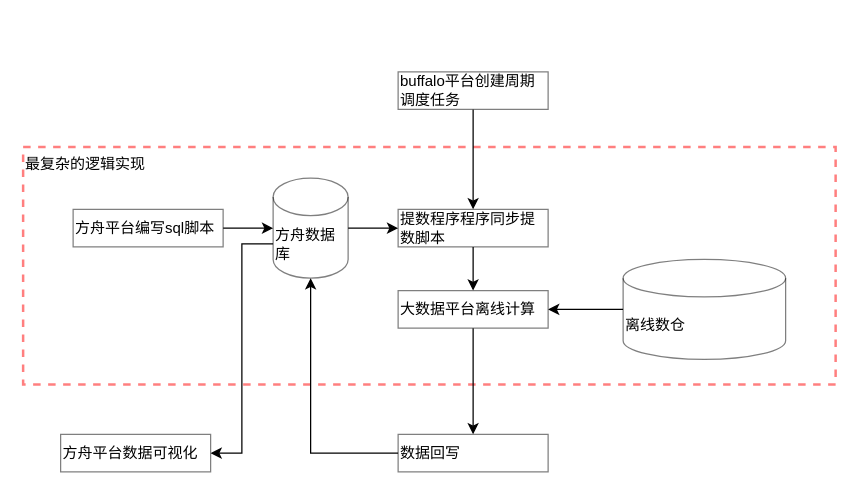
Earlier version of the draw.io diagram page "BDP提数" (5 of 6) of 需求ROI评估.drawio (lihongliang1989/diagram). Source tidied: cells renumbered, new cells numbered last; positions are measured from the earlier drawing's top-left corner, leaving out a move shared by most shapes. Both pictures are drawn from the tidied source at 125%, with x=0, y=0 at pixel (22, 71).
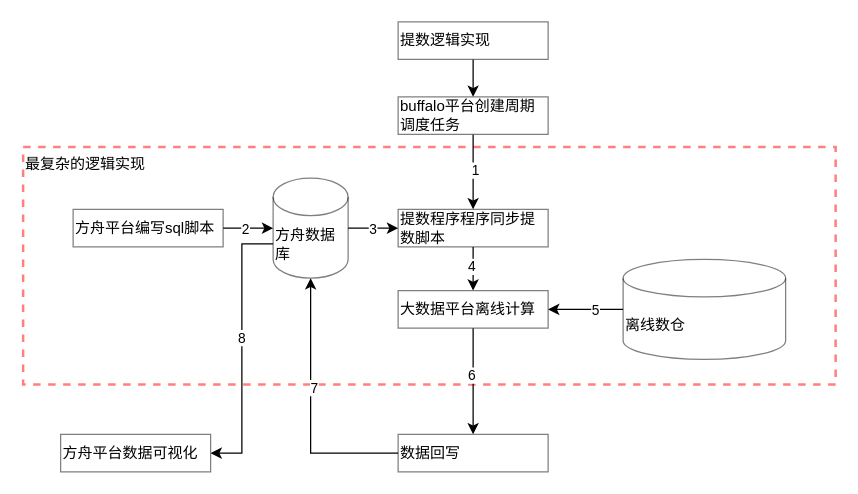
The same page after the edit.

Unchanged cells that the change refers to:
```xml
<mxCell id="3" style="edgeStyle=orthogonalEdgeStyle;rounded=0;jettySize=auto;html=1;entryX=0;entryY=0.5;entryDx=0;entryDy=0;entryPerimeter=0;fontColor=#000000;" parent="1" edge="1" source="4" target="7">
  <mxGeometry relative="1" as="geometry" />
</mxCell>
<mxCell id="5" style="edgeStyle=orthogonalEdgeStyle;rounded=0;jettySize=auto;html=1;entryX=0;entryY=0.5;entryDx=0;entryDy=0;fontColor=#000000;" parent="1" edge="1" source="7" target="9">
  <mxGeometry relative="1" as="geometry" />
</mxCell>
<mxCell id="6" style="edgeStyle=orthogonalEdgeStyle;rounded=0;jettySize=auto;html=1;entryX=1;entryY=0.5;entryDx=0;entryDy=0;fontColor=#000000;exitX=0;exitY=0;exitDx=0;exitDy=52.5;exitPerimeter=0;" parent="1" edge="1" source="7" target="18">
  <mxGeometry relative="1" as="geometry" />
</mxCell>
<mxCell id="8" style="edgeStyle=orthogonalEdgeStyle;rounded=0;jettySize=auto;html=1;entryX=0.5;entryY=0;entryDx=0;entryDy=0;fontColor=#000000;" parent="1" edge="1" source="9" target="15">
  <mxGeometry relative="1" as="geometry" />
</mxCell>
<mxCell id="10" style="edgeStyle=orthogonalEdgeStyle;rounded=0;jettySize=auto;html=1;entryX=0.5;entryY=0;entryDx=0;entryDy=0;fontColor=#000000;" parent="1" edge="1" source="11" target="9">
  <mxGeometry relative="1" as="geometry" />
</mxCell>
<mxCell id="12" style="edgeStyle=orthogonalEdgeStyle;rounded=0;jettySize=auto;html=1;fontColor=#000000;" parent="1" edge="1" source="13" target="15">
  <mxGeometry relative="1" as="geometry" />
</mxCell>
<mxCell id="14" style="edgeStyle=orthogonalEdgeStyle;rounded=0;jettySize=auto;html=1;entryX=0.5;entryY=0;entryDx=0;entryDy=0;fontColor=#000000;" parent="1" edge="1" source="15" target="17">
  <mxGeometry relative="1" as="geometry" />
</mxCell>
<mxCell id="16" style="edgeStyle=orthogonalEdgeStyle;rounded=0;jettySize=auto;html=1;entryX=0.5;entryY=1;entryDx=0;entryDy=0;entryPerimeter=0;fontColor=#000000;" parent="1" edge="1" source="17" target="7">
  <mxGeometry relative="1" as="geometry" />
</mxCell>
```

What changed in the source:
```diff
@@
+    <mxCell id="19" value="2" style="edgeLabel;html=1;align=center;verticalAlign=middle;fontColor=#000000;" parent="3" vertex="1">
+      <mxGeometry x="-0.16" relative="1" as="geometry" />
+    </mxCell>
@@
+    <mxCell id="20" value="3" style="edgeLabel;html=1;align=center;verticalAlign=middle;fontColor=#000000;" parent="5" vertex="1">
+      <mxGeometry x="-0.06" relative="1" as="geometry" />
+    </mxCell>
@@
+    <mxCell id="21" value="8" style="edgeLabel;html=1;align=center;verticalAlign=middle;fontColor=#000000;" parent="6" vertex="1">
+      <mxGeometry x="-0.08" y="-1" relative="1" as="geometry" />
+    </mxCell>
@@
+    <mxCell id="22" value="4" style="edgeLabel;html=1;align=center;verticalAlign=middle;fontColor=#000000;" parent="8" vertex="1">
+      <mxGeometry x="0.13" y="-2" relative="1" as="geometry" />
+    </mxCell>
@@
+    <mxCell id="23" value="1" style="edgeLabel;html=1;align=center;verticalAlign=middle;fontColor=#000000;" parent="10" vertex="1">
+      <mxGeometry x="-0.06" y="1" relative="1" as="geometry" />
+    </mxCell>
     <mxCell id="11" value="buffalo平台创建周期调度任务" style="rounded=0;whiteSpace=wrap;html=1;shadow=0;glass=0;sketch=0;fontColor=#000000;strokeColor=#000000;fillColor=#FFFFFF;align=left;opacity=50;" parent="1" vertex="1">
-      <mxGeometry x="300" width="120" height="30" as="geometry" />
+      <mxGeometry x="300" y="20" width="120" height="30" as="geometry" />
     </mxCell>
@@
+    <mxCell id="24" value="5" style="edgeLabel;html=1;align=center;verticalAlign=middle;fontColor=#000000;" parent="12" vertex="1">
+      <mxGeometry x="-0.23" relative="1" as="geometry" />
+    </mxCell>
@@
+    <mxCell id="25" value="6" style="edgeLabel;html=1;align=center;verticalAlign=middle;fontColor=#000000;" parent="14" vertex="1">
+      <mxGeometry x="-0.12" y="-2" relative="1" as="geometry" />
+    </mxCell>
@@
+    <mxCell id="26" value="7" style="edgeLabel;html=1;align=center;verticalAlign=middle;fontColor=#000000;" parent="16" vertex="1">
+      <mxGeometry x="0.17" y="-2" relative="1" as="geometry" />
+    </mxCell>
@@
+    <mxCell id="27" style="edgeStyle=orthogonalEdgeStyle;rounded=0;jettySize=auto;html=1;fontColor=#000000;" parent="1" edge="1" source="28" target="11">
+      <mxGeometry relative="1" as="geometry" />
+    </mxCell>
+    <mxCell id="28" value="提数逻辑实现" style="rounded=0;whiteSpace=wrap;html=1;shadow=0;glass=0;sketch=0;fontColor=#000000;strokeColor=#000000;fillColor=#FFFFFF;align=left;opacity=50;" parent="1" vertex="1">
+      <mxGeometry x="300" y="-40" width="120" height="30" as="geometry" />
+    </mxCell>
```
